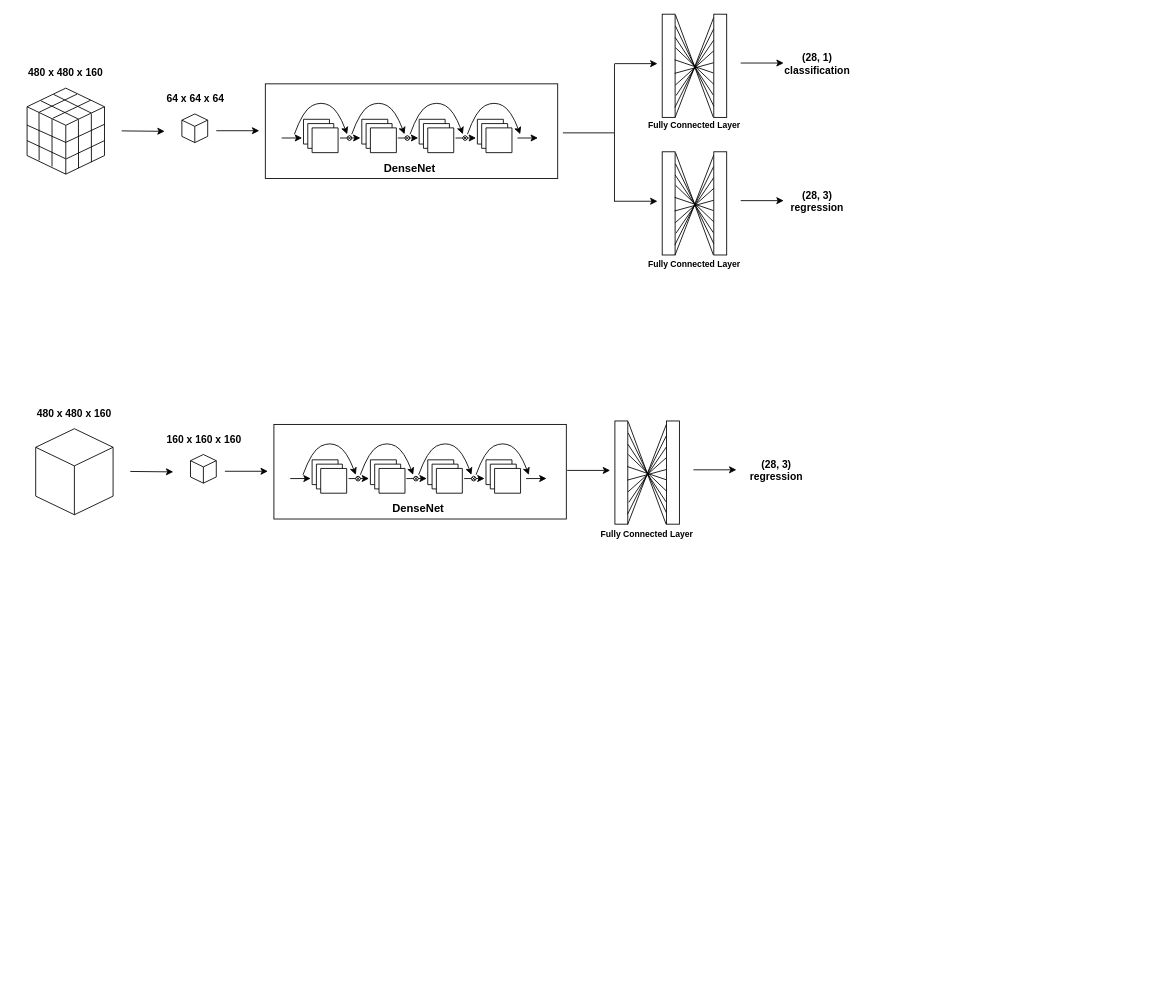
Before: DenseNet_Patched.drawio in haughty-yeon/draw.io, a draw.io diagram. Source tidied: cells renumbered, new cells numbered last; positions are measured from the earlier drawing's top-left corner, leaving out a move shared by most shapes. Both pictures are drawn from the tidied source at 86%, with x=0, y=0 at pixel (14, 14).
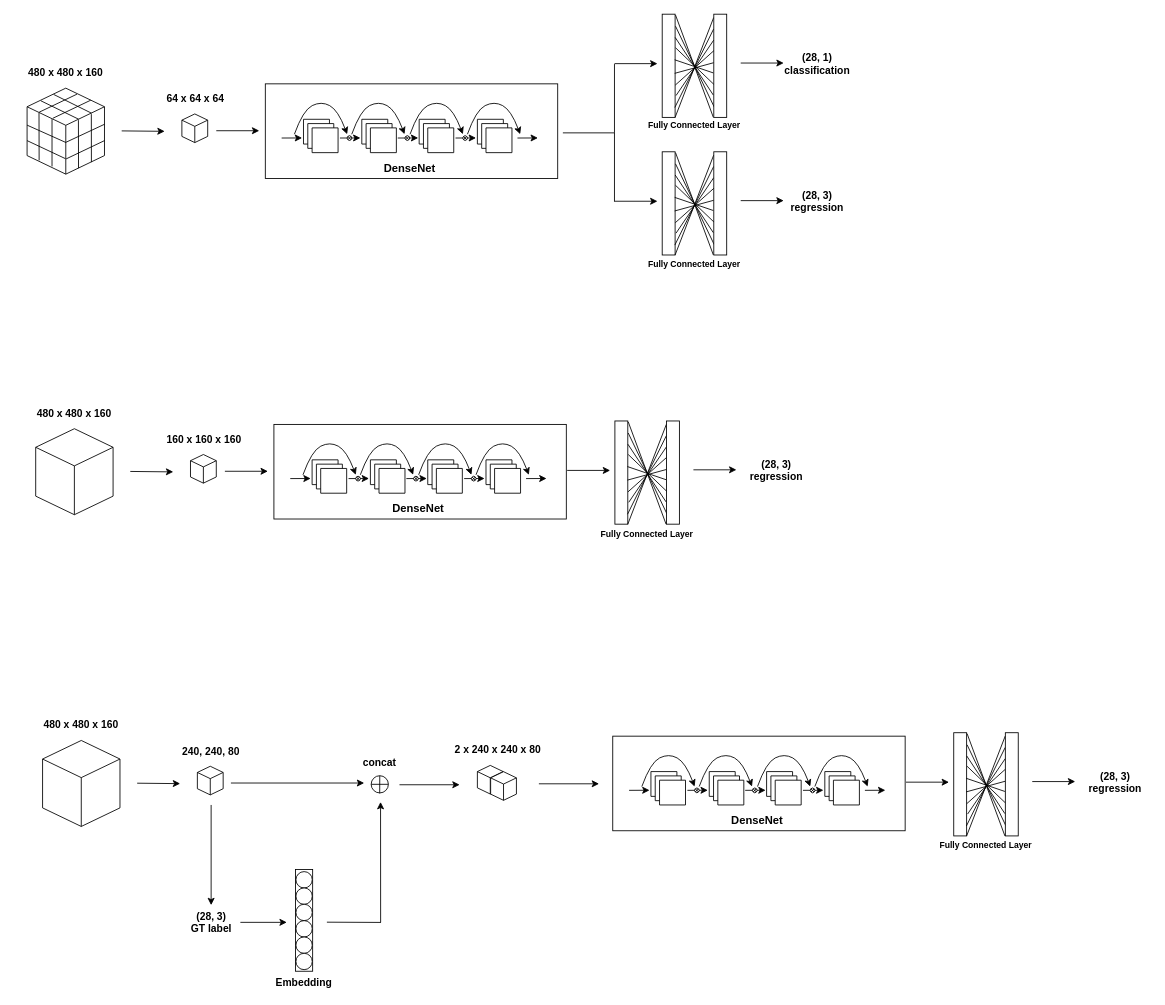
After the change.

What changed in the source:
```diff
@@
+    <mxCell id="120" style="html=1;whiteSpace=wrap;shape=isoCube2;backgroundOutline=1;isoAngle=15;rounded=0;" parent="1" vertex="1">
+      <mxGeometry x="213" y="874.5" width="30" height="33.3" as="geometry" />
+    </mxCell>
+    <mxCell id="121" style="endArrow=classic;html=1;rounded=0;" parent="1" edge="1">
+      <mxGeometry relative="1" as="geometry">
+        <mxPoint x="252" y="894" as="sourcePoint" />
+        <mxPoint x="407" y="894" as="targetPoint" />
+      </mxGeometry>
+    </mxCell>
+    <mxCell id="122" style="group;rounded=0;" parent="1" vertex="1">
+      <mxGeometry x="715" y="859.5" width="330" height="90" as="geometry" />
+    </mxCell>
+    <mxCell id="123" style="rounded=0;whiteSpace=wrap;html=1;" parent="122" vertex="1">
+      <mxGeometry x="-19" y="-20" width="340" height="110" as="geometry" />
+    </mxCell>
+    <mxCell id="124" style="verticalLabelPosition=bottom;verticalAlign=top;html=1;shape=mxgraph.basic.layered_rect;dx=10;whiteSpace=wrap;flipV=1;flipH=1;rounded=0;" parent="122" vertex="1">
+      <mxGeometry x="25.4" y="21.2" width="40.2" height="38.8" as="geometry" />
+    </mxCell>
+    <mxCell id="125" style="verticalLabelPosition=bottom;verticalAlign=top;html=1;shape=mxgraph.basic.layered_rect;dx=10;whiteSpace=wrap;flipV=1;flipH=1;rounded=0;" parent="122" vertex="1">
+      <mxGeometry x="93.2" y="21.2" width="40.2" height="38.8" as="geometry" />
+    </mxCell>
+    <mxCell id="126" style="endArrow=classic;html=1;rounded=0;" parent="122" edge="1">
+      <mxGeometry relative="1" as="geometry">
+        <mxPoint x="67.8" y="43" as="sourcePoint" />
+        <mxPoint x="91.6" y="42.9" as="targetPoint" />
+      </mxGeometry>
+    </mxCell>
+    <mxCell id="127" style="curved=1;endArrow=classic;html=1;rounded=0;" parent="122" edge="1">
+      <mxGeometry relative="1" as="geometry">
+        <mxPoint x="81.5" y="38.6" as="sourcePoint" />
+        <mxPoint x="142.9" y="38.6" as="targetPoint" />
+        <Array as="points">
+          <mxPoint x="91.6" y="10.6" />
+          <mxPoint x="112.8" />
+          <mxPoint x="132.3" y="10.6" />
+        </Array>
+      </mxGeometry>
+    </mxCell>
+    <mxCell id="128" style="shape=orEllipse;perimeter=ellipsePerimeter;whiteSpace=wrap;html=1;backgroundOutline=1;rounded=0;rotation=45;" parent="122" vertex="1">
+      <mxGeometry x="76.2" y="40.4" width="5.3" height="5.3" as="geometry" />
+    </mxCell>
+    <mxCell id="129" style="curved=1;endArrow=classic;html=1;rounded=0;" parent="122" edge="1">
+      <mxGeometry relative="1" as="geometry">
+        <mxPoint x="14.8" y="38.6" as="sourcePoint" />
+        <mxPoint x="76.2" y="38.6" as="targetPoint" />
+        <Array as="points">
+          <mxPoint x="24.9" y="10.6" />
+          <mxPoint x="46.1" />
+          <mxPoint x="65.6" y="10.6" />
+        </Array>
+      </mxGeometry>
+    </mxCell>
+    <mxCell id="130" style="verticalLabelPosition=bottom;verticalAlign=top;html=1;shape=mxgraph.basic.layered_rect;dx=10;whiteSpace=wrap;flipV=1;flipH=1;rounded=0;" parent="122" vertex="1">
+      <mxGeometry x="159.9" y="21.2" width="40.2" height="38.8" as="geometry" />
+    </mxCell>
+    <mxCell id="131" style="verticalLabelPosition=bottom;verticalAlign=top;html=1;shape=mxgraph.basic.layered_rect;dx=10;whiteSpace=wrap;flipV=1;flipH=1;rounded=0;" parent="122" vertex="1">
+      <mxGeometry x="227.6" y="21.2" width="40.2" height="38.8" as="geometry" />
+    </mxCell>
+    <mxCell id="132" style="endArrow=classic;html=1;rounded=0;" parent="122" edge="1">
+      <mxGeometry relative="1" as="geometry">
+        <mxPoint x="202.2" y="43" as="sourcePoint" />
+        <mxPoint x="226" y="42.9" as="targetPoint" />
+      </mxGeometry>
+    </mxCell>
+    <mxCell id="133" style="curved=1;endArrow=classic;html=1;rounded=0;" parent="122" edge="1">
+      <mxGeometry relative="1" as="geometry">
+        <mxPoint x="216" y="38.6" as="sourcePoint" />
+        <mxPoint x="277.4" y="38.6" as="targetPoint" />
+        <Array as="points">
+          <mxPoint x="226" y="10.6" />
+          <mxPoint x="247.2" />
+          <mxPoint x="266.8" y="10.6" />
+        </Array>
+      </mxGeometry>
+    </mxCell>
+    <mxCell id="134" style="shape=orEllipse;perimeter=ellipsePerimeter;whiteSpace=wrap;html=1;backgroundOutline=1;rounded=0;rotation=45;" parent="122" vertex="1">
+      <mxGeometry x="210.7" y="40.4" width="5.3" height="5.3" as="geometry" />
+    </mxCell>
+    <mxCell id="135" style="curved=1;endArrow=classic;html=1;rounded=0;" parent="122" edge="1">
+      <mxGeometry relative="1" as="geometry">
+        <mxPoint x="149.3" y="38.6" as="sourcePoint" />
+        <mxPoint x="210.7" y="38.6" as="targetPoint" />
+        <Array as="points">
+          <mxPoint x="159.3" y="10.6" />
+          <mxPoint x="180.5" />
+          <mxPoint x="200.1" y="10.6" />
+        </Array>
+      </mxGeometry>
+    </mxCell>
+    <mxCell id="136" style="endArrow=classic;html=1;rounded=0;" parent="122" edge="1">
+      <mxGeometry relative="1" as="geometry">
+        <mxPoint x="135" y="43" as="sourcePoint" />
+        <mxPoint x="158.8" y="42.9" as="targetPoint" />
+      </mxGeometry>
+    </mxCell>
+    <mxCell id="137" style="shape=orEllipse;perimeter=ellipsePerimeter;whiteSpace=wrap;html=1;backgroundOutline=1;rounded=0;rotation=45;" parent="122" vertex="1">
+      <mxGeometry x="143.5" y="40.4" width="5.3" height="5.3" as="geometry" />
+    </mxCell>
+    <mxCell id="138" style="endArrow=classic;html=1;rounded=0;" parent="122" edge="1">
+      <mxGeometry relative="1" as="geometry">
+        <mxPoint y="43" as="sourcePoint" />
+        <mxPoint x="23.8" y="42.9" as="targetPoint" />
+      </mxGeometry>
+    </mxCell>
+    <mxCell id="139" style="endArrow=classic;html=1;rounded=0;" parent="122" edge="1">
+      <mxGeometry relative="1" as="geometry">
+        <mxPoint x="274.2" y="43" as="sourcePoint" />
+        <mxPoint x="298" y="42.9" as="targetPoint" />
+      </mxGeometry>
+    </mxCell>
+    <mxCell id="140" style="endArrow=classic;html=1;rounded=0;" parent="1" edge="1">
+      <mxGeometry relative="1" as="geometry">
+        <mxPoint x="1037" y="893" as="sourcePoint" />
+        <mxPoint x="1087" y="893" as="targetPoint" />
+      </mxGeometry>
+    </mxCell>
+    <mxCell id="141" value="240, 240, 80" style="swimlane;fontStyle=1;horizontal=1;startSize=26;strokeColor=none;opacity=0;" parent="1" vertex="1">
+      <mxGeometry x="181.5" y="846.5" width="95" height="20" as="geometry" />
+    </mxCell>
+    <mxCell id="142" value="480 x 480 x 160" style="swimlane;fontStyle=1;horizontal=1;startSize=26;strokeColor=none;opacity=0;" parent="1" vertex="1">
+      <mxGeometry x="18" y="816" width="120" height="20" as="geometry" />
+    </mxCell>
+    <mxCell id="143" value="(28, 3)&#10;regression" style="swimlane;fontStyle=1;horizontal=1;startSize=26;strokeColor=none;opacity=0;" parent="1" vertex="1">
+      <mxGeometry x="1239" y="883" width="83" height="20" as="geometry" />
+    </mxCell>
+    <mxCell id="144" style="endArrow=classic;html=1;rounded=0;" parent="1" edge="1">
+      <mxGeometry relative="1" as="geometry">
+        <mxPoint x="1183.8" y="892.3" as="sourcePoint" />
+        <mxPoint x="1233.8" y="892.3" as="targetPoint" />
+      </mxGeometry>
+    </mxCell>
+    <mxCell id="145" style="endArrow=classic;html=1;rounded=0;" parent="1" edge="1">
+      <mxGeometry relative="1" as="geometry">
+        <mxPoint x="143" y="894.2" as="sourcePoint" />
+        <mxPoint x="193" y="894.7" as="targetPoint" />
+      </mxGeometry>
+    </mxCell>
+    <mxCell id="146" style="group;" parent="1" vertex="1">
+      <mxGeometry x="33" y="844.5" width="90" height="100" as="geometry" />
+    </mxCell>
+    <mxCell id="147" style="html=1;whiteSpace=wrap;shape=isoCube2;backgroundOutline=1;isoAngle=15;rounded=0;" parent="146" vertex="1">
+      <mxGeometry width="90" height="100" as="geometry" />
+    </mxCell>
+    <mxCell id="148" value="DenseNet" style="swimlane;fontStyle=1;horizontal=1;startSize=26;strokeColor=none;opacity=0;fontSize=13;" parent="1" vertex="1">
+      <mxGeometry x="819.1" y="926.5" width="90" height="20" as="geometry" />
+    </mxCell>
+    <mxCell id="149" style="group;" parent="1" vertex="1">
+      <mxGeometry x="1092.5" y="835.5" width="75" height="120" as="geometry" />
+    </mxCell>
+    <mxCell id="150" style="rounded=0;whiteSpace=wrap;html=1;rotation=90;" parent="149" vertex="1">
+      <mxGeometry x="-52.5" y="52.5" width="120" height="15" as="geometry" />
+    </mxCell>
+    <mxCell id="151" style="endArrow=none;html=1;entryX=0.032;entryY=1.007;entryDx=0;entryDy=0;entryPerimeter=0;exitX=1;exitY=0;exitDx=0;exitDy=0;" parent="149" edge="1" source="150" target="161">
+      <mxGeometry relative="1" as="geometry" />
+    </mxCell>
+    <mxCell id="152" style="endArrow=none;html=1;entryX=0.142;entryY=1.007;entryDx=0;entryDy=0;entryPerimeter=0;exitX=0.904;exitY=0.02;exitDx=0;exitDy=0;exitPerimeter=0;" parent="149" edge="1" source="150" target="161">
+      <mxGeometry relative="1" as="geometry" />
+    </mxCell>
+    <mxCell id="153" style="endArrow=none;html=1;entryX=0.25;entryY=1;entryDx=0;entryDy=0;exitX=0.788;exitY=-0.14;exitDx=0;exitDy=0;exitPerimeter=0;" parent="149" edge="1" target="161">
+      <mxGeometry relative="1" as="geometry">
+        <mxPoint x="16.1" y="94.6" as="sourcePoint" />
+      </mxGeometry>
+    </mxCell>
+    <mxCell id="154" style="endArrow=none;html=1;entryX=0.352;entryY=0.98;entryDx=0;entryDy=0;entryPerimeter=0;exitX=0.687;exitY=-0.015;exitDx=0;exitDy=0;exitPerimeter=0;" parent="149" edge="1" source="150" target="161">
+      <mxGeometry relative="1" as="geometry" />
+    </mxCell>
+    <mxCell id="155" style="endArrow=none;html=1;exitX=0.568;exitY=-0.078;exitDx=0;exitDy=0;exitPerimeter=0;entryX=0.47;entryY=1.005;entryDx=0;entryDy=0;entryPerimeter=0;" parent="149" edge="1" target="161">
+      <mxGeometry relative="1" as="geometry">
+        <mxPoint x="14.5" y="68.8" as="sourcePoint" />
+      </mxGeometry>
+    </mxCell>
+    <mxCell id="156" style="endArrow=none;html=1;entryX=0.032;entryY=1.007;entryDx=0;entryDy=0;entryPerimeter=0;exitX=1;exitY=0;exitDx=0;exitDy=0;" parent="149" edge="1">
+      <mxGeometry relative="1" as="geometry">
+        <mxPoint x="15.5" y="1" as="sourcePoint" />
+        <mxPoint x="59.5" y="120" as="targetPoint" />
+      </mxGeometry>
+    </mxCell>
+    <mxCell id="157" style="endArrow=none;html=1;entryX=0.142;entryY=1.007;entryDx=0;entryDy=0;entryPerimeter=0;exitX=0.904;exitY=0.02;exitDx=0;exitDy=0;exitPerimeter=0;" parent="149" edge="1">
+      <mxGeometry relative="1" as="geometry">
+        <mxPoint x="15.5" y="14" as="sourcePoint" />
+        <mxPoint x="60.5" y="108" as="targetPoint" />
+      </mxGeometry>
+    </mxCell>
+    <mxCell id="158" style="endArrow=none;html=1;entryX=0.25;entryY=1;entryDx=0;entryDy=0;exitX=0.788;exitY=-0.14;exitDx=0;exitDy=0;exitPerimeter=0;" parent="149" edge="1">
+      <mxGeometry relative="1" as="geometry">
+        <mxPoint x="15.1" y="27" as="sourcePoint" />
+        <mxPoint x="59.5" y="94.1" as="targetPoint" />
+      </mxGeometry>
+    </mxCell>
+    <mxCell id="159" style="endArrow=none;html=1;entryX=0.352;entryY=0.98;entryDx=0;entryDy=0;entryPerimeter=0;exitX=0.687;exitY=-0.015;exitDx=0;exitDy=0;exitPerimeter=0;" parent="149" edge="1">
+      <mxGeometry relative="1" as="geometry">
+        <mxPoint x="15.5" y="39" as="sourcePoint" />
+        <mxPoint x="60.5" y="82" as="targetPoint" />
+      </mxGeometry>
+    </mxCell>
+    <mxCell id="160" style="endArrow=none;html=1;exitX=0.568;exitY=-0.078;exitDx=0;exitDy=0;exitPerimeter=0;entryX=0.47;entryY=1.005;entryDx=0;entryDy=0;entryPerimeter=0;" parent="149" edge="1">
+      <mxGeometry relative="1" as="geometry">
+        <mxPoint x="14.5" y="53" as="sourcePoint" />
+        <mxPoint x="59.5" y="68.3" as="targetPoint" />
+      </mxGeometry>
+    </mxCell>
+    <mxCell id="161" style="rounded=0;whiteSpace=wrap;html=1;rotation=90;" parent="149" vertex="1">
+      <mxGeometry x="7.5" y="52.5" width="120" height="15" as="geometry" />
+    </mxCell>
+    <mxCell id="162" value="Fully Connected Layer" style="swimlane;fontStyle=1;horizontal=1;startSize=26;strokeColor=none;opacity=0;fontSize=10;" parent="1" vertex="1">
+      <mxGeometry x="1048.1" y="956.5" width="163.8" height="20" as="geometry" />
+    </mxCell>
+    <mxCell id="163" value="(28, 3)&#10;GT label" style="swimlane;fontStyle=1;horizontal=1;startSize=26;strokeColor=none;opacity=0;" parent="1" vertex="1">
+      <mxGeometry x="188" y="1046" width="83" height="20" as="geometry" />
+    </mxCell>
+    <mxCell id="164" style="endArrow=classic;html=1;rounded=0;exitX=1;exitY=0.5;exitDx=0;exitDy=0;" parent="1" edge="1">
+      <mxGeometry relative="1" as="geometry">
+        <mxPoint x="263" y="1056" as="sourcePoint" />
+        <mxPoint x="317" y="1056" as="targetPoint" />
+      </mxGeometry>
+    </mxCell>
+    <mxCell id="165" style="endArrow=classic;html=1;rounded=0;" parent="1" edge="1">
+      <mxGeometry relative="1" as="geometry">
+        <mxPoint x="229" y="919.5" as="sourcePoint" />
+        <mxPoint x="229" y="1036" as="targetPoint" />
+      </mxGeometry>
+    </mxCell>
+    <mxCell id="166" style="rounded=0;whiteSpace=wrap;html=1;rotation=90;" parent="1" vertex="1">
+      <mxGeometry x="277.9" y="1043.7" width="118.3" height="20" as="geometry" />
+    </mxCell>
+    <mxCell id="167" style="ellipse;whiteSpace=wrap;html=1;" parent="1" vertex="1">
+      <mxGeometry x="327.6" y="997" width="19" height="19" as="geometry" />
+    </mxCell>
+    <mxCell id="168" style="ellipse;whiteSpace=wrap;html=1;" parent="1" vertex="1">
+      <mxGeometry x="327.6" y="1016" width="19" height="19" as="geometry" />
+    </mxCell>
+    <mxCell id="169" style="ellipse;whiteSpace=wrap;html=1;" parent="1" vertex="1">
+      <mxGeometry x="327.6" y="1035" width="19" height="19" as="geometry" />
+    </mxCell>
+    <mxCell id="170" style="ellipse;whiteSpace=wrap;html=1;" parent="1" vertex="1">
+      <mxGeometry x="327.6" y="1054" width="19" height="19" as="geometry" />
+    </mxCell>
+    <mxCell id="171" style="ellipse;whiteSpace=wrap;html=1;" parent="1" vertex="1">
+      <mxGeometry x="327.6" y="1073" width="19" height="19" as="geometry" />
+    </mxCell>
+    <mxCell id="172" style="ellipse;whiteSpace=wrap;html=1;" parent="1" vertex="1">
+      <mxGeometry x="327.6" y="1092" width="19" height="19" as="geometry" />
+    </mxCell>
+    <mxCell id="173" value="Embedding" style="swimlane;fontStyle=1;horizontal=1;startSize=26;strokeColor=none;opacity=0;" parent="1" vertex="1">
+      <mxGeometry x="295.6" y="1116" width="83" height="20" as="geometry" />
+    </mxCell>
+    <mxCell id="174" style="endArrow=classic;html=1;rounded=0;" parent="1" edge="1">
+      <mxGeometry relative="1" as="geometry">
+        <mxPoint x="426.1" y="1056" as="sourcePoint" />
+        <mxPoint x="426" y="916" as="targetPoint" />
+      </mxGeometry>
+    </mxCell>
+    <mxCell id="175" style="endArrow=none;html=1;rounded=0;" parent="1" edge="1">
+      <mxGeometry relative="1" as="geometry">
+        <mxPoint x="363.6" y="1055.8" as="sourcePoint" />
+        <mxPoint x="426.5" y="1056.1" as="targetPoint" />
+      </mxGeometry>
+    </mxCell>
+    <mxCell id="176" style="ellipse;whiteSpace=wrap;html=1;" parent="1" vertex="1">
+      <mxGeometry x="415.1" y="885.5" width="20" height="20" as="geometry" />
+    </mxCell>
+    <mxCell id="177" style="endArrow=none;html=1;rounded=0;" parent="1" edge="1">
+      <mxGeometry relative="1" as="geometry">
+        <mxPoint x="425" y="906" as="sourcePoint" />
+        <mxPoint x="425.1" y="885.5" as="targetPoint" />
+      </mxGeometry>
+    </mxCell>
+    <mxCell id="178" style="endArrow=none;html=1;rounded=0;entryX=1;entryY=0.5;entryDx=0;entryDy=0;exitX=0;exitY=0.5;exitDx=0;exitDy=0;" parent="1" edge="1" source="176" target="176">
+      <mxGeometry relative="1" as="geometry" />
+    </mxCell>
+    <mxCell id="179" value="concat" style="swimlane;fontStyle=1;horizontal=1;startSize=26;strokeColor=none;opacity=0;" parent="1" vertex="1">
+      <mxGeometry x="383.6" y="859.5" width="83" height="20" as="geometry" />
+    </mxCell>
+    <mxCell id="180" style="endArrow=classic;html=1;rounded=0;" parent="1" edge="1">
+      <mxGeometry relative="1" as="geometry">
+        <mxPoint x="448" y="896" as="sourcePoint" />
+        <mxPoint x="518" y="896" as="targetPoint" />
+      </mxGeometry>
+    </mxCell>
+    <mxCell id="181" style="html=1;whiteSpace=wrap;shape=isoCube2;backgroundOutline=1;isoAngle=15;rounded=0;" parent="1" vertex="1">
+      <mxGeometry x="538.6" y="873.5" width="30" height="33.3" as="geometry" />
+    </mxCell>
+    <mxCell id="182" value="2 x 240 x 240 x 80" style="swimlane;fontStyle=1;horizontal=1;startSize=26;strokeColor=none;opacity=0;" parent="1" vertex="1">
+      <mxGeometry x="515.1" y="844.5" width="95" height="20" as="geometry" />
+    </mxCell>
+    <mxCell id="183" style="html=1;whiteSpace=wrap;shape=isoCube2;backgroundOutline=1;isoAngle=15;rounded=0;" parent="1" vertex="1">
+      <mxGeometry x="554" y="880.8" width="30" height="33.3" as="geometry" />
+    </mxCell>
+    <mxCell id="184" style="endArrow=classic;html=1;rounded=0;" parent="1" edge="1">
+      <mxGeometry relative="1" as="geometry">
+        <mxPoint x="610.1" y="894.9" as="sourcePoint" />
+        <mxPoint x="680.1" y="894.9" as="targetPoint" />
+      </mxGeometry>
+    </mxCell>
```
